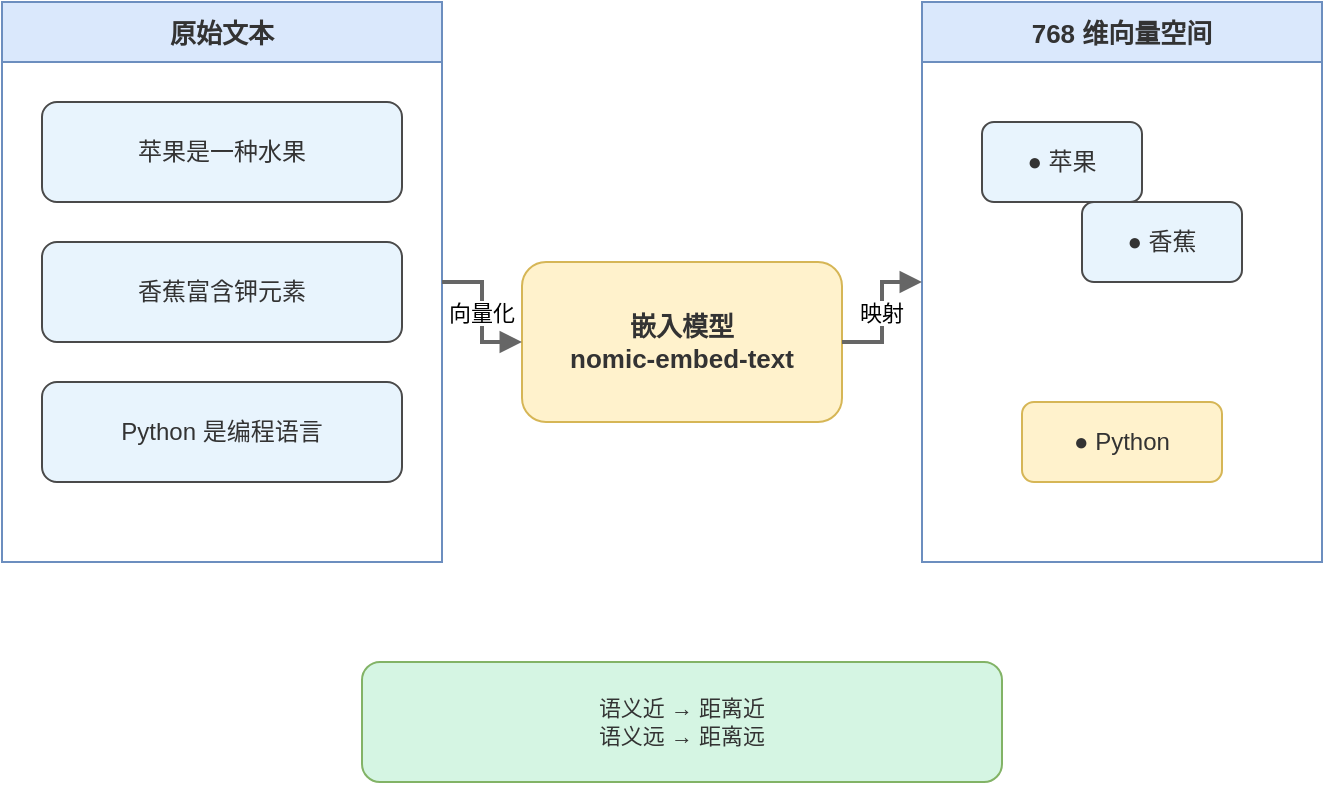
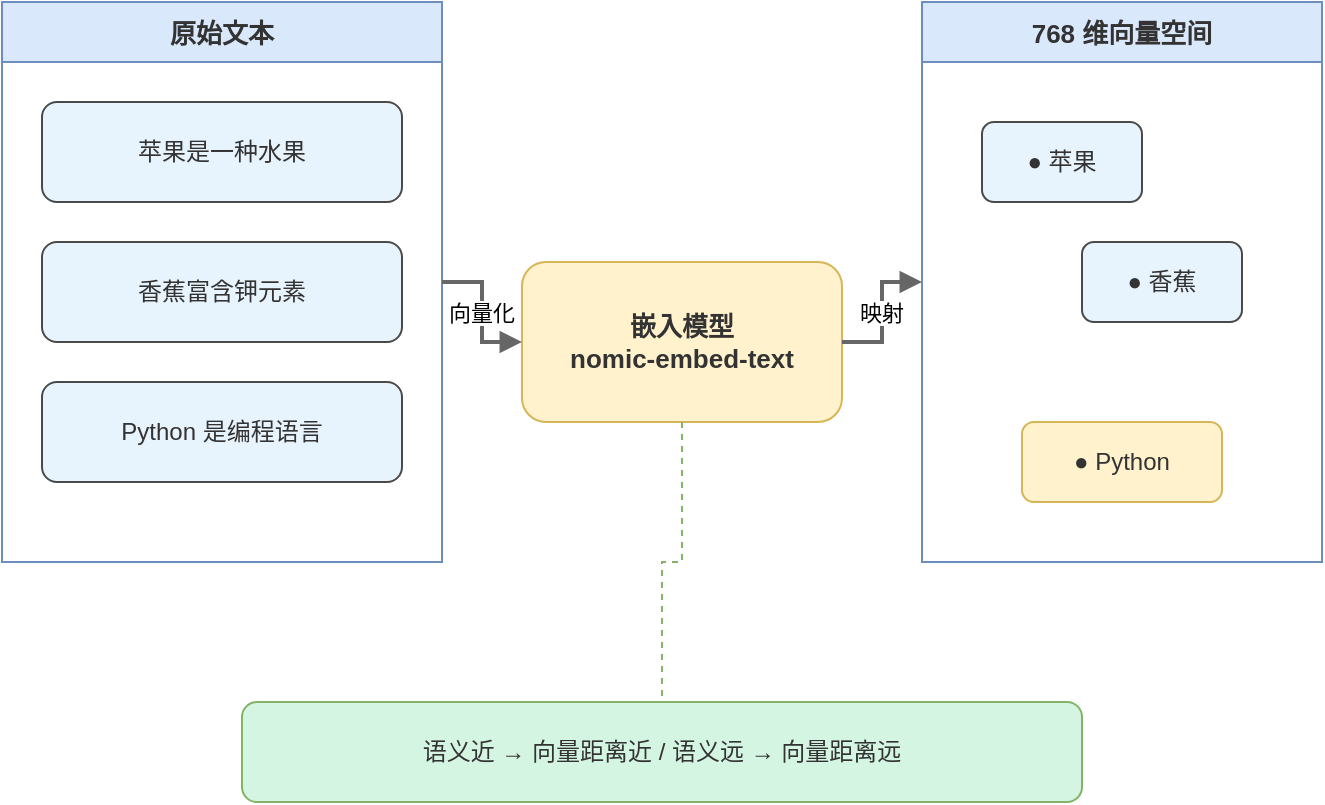
<?xml version="1.0" encoding="UTF-8"?>
<mxGraphModel pageWidth="720" pageHeight="500" grid="1" gridSize="10">
  <root>
    <mxCell id="0"/>
    <mxCell id="1" parent="0"/>
    <mxCell id="txt_layer" value="原始文本" style="swimlane;startSize=30;fillColor=#dae8fc;strokeColor=#6c8ebf;fontColor=#333333;fontSize=13;fontStyle=1;" vertex="1" parent="1">
      <mxGeometry x="40" y="30" width="220" height="280" as="geometry"/>
    </mxCell>
    <mxCell id="t1" value="苹果是一种水果" style="rounded=1;whiteSpace=wrap;fillColor=#E8F4FD;strokeColor=#4A4A4A;fontColor=#333333;fontSize=12;" vertex="1" parent="txt_layer">
      <mxGeometry x="20" y="50" width="180" height="50" as="geometry"/>
    </mxCell>
    <mxCell id="t2" value="香蕉富含钾元素" style="rounded=1;whiteSpace=wrap;fillColor=#E8F4FD;strokeColor=#4A4A4A;fontColor=#333333;fontSize=12;" vertex="1" parent="txt_layer">
      <mxGeometry x="20" y="120" width="180" height="50" as="geometry"/>
    </mxCell>
    <mxCell id="t3" value="Python 是编程语言" style="rounded=1;whiteSpace=wrap;fillColor=#E8F4FD;strokeColor=#4A4A4A;fontColor=#333333;fontSize=12;" vertex="1" parent="txt_layer">
      <mxGeometry x="20" y="190" width="180" height="50" as="geometry"/>
    </mxCell>
    <mxCell id="model" value="嵌入模型&#10;nomic-embed-text" style="rounded=1;whiteSpace=wrap;fillColor=#FFF2CC;strokeColor=#D6B656;fontColor=#333333;fontSize=13;fontStyle=1;" vertex="1" parent="1">
      <mxGeometry x="300" y="160" width="160" height="80" as="geometry"/>
    </mxCell>
    <mxCell id="space" value="768 维向量空间" style="swimlane;startSize=30;fillColor=#dae8fc;strokeColor=#6c8ebf;fontColor=#333333;fontSize=13;fontStyle=1;" vertex="1" parent="1">
      <mxGeometry x="500" y="30" width="200" height="280" as="geometry"/>
    </mxCell>
    <mxCell id="v1" value="● 苹果" style="rounded=1;whiteSpace=wrap;fillColor=#E8F4FD;strokeColor=#4A4A4A;fontColor=#333333;fontSize=12;" vertex="1" parent="space">
      <mxGeometry x="30" y="60" width="80" height="40" as="geometry"/>
    </mxCell>
    <mxCell id="v2" value="● 香蕉" style="rounded=1;whiteSpace=wrap;fillColor=#E8F4FD;strokeColor=#4A4A4A;fontColor=#333333;fontSize=12;" vertex="1" parent="space">
-       <mxGeometry x="80" y="100" width="80" height="40" as="geometry"/>
+       <mxGeometry x="80" y="120" width="80" height="40" as="geometry"/>
    </mxCell>
    <mxCell id="v3" value="● Python" style="rounded=1;whiteSpace=wrap;fillColor=#FFF2CC;strokeColor=#D6B656;fontColor=#333333;fontSize=12;" vertex="1" parent="space">
-       <mxGeometry x="50" y="200" width="100" height="40" as="geometry"/>
+       <mxGeometry x="50" y="210" width="100" height="40" as="geometry"/>
    </mxCell>
-     <mxCell id="note" value="语义近 → 距离近&#10;语义远 → 距离远" style="rounded=1;whiteSpace=wrap;fillColor=#D5F5E3;strokeColor=#82b366;fontColor=#333333;fontSize=11;" vertex="1" parent="1">
-       <mxGeometry x="220" y="360" width="320" height="60" as="geometry"/>
+     <mxCell id="note" value="语义近 → 向量距离近   /   语义远 → 向量距离远" style="rounded=1;whiteSpace=wrap;fillColor=#D5F5E3;strokeColor=#82b366;fontColor=#333333;fontSize=12;" vertex="1" parent="1">
+       <mxGeometry x="160" y="380" width="420" height="50" as="geometry"/>
    </mxCell>
    <mxCell id="e1" value="向量化" style="edgeStyle=orthogonalEdgeStyle;rounded=0;endArrow=block;endFill=1;strokeWidth=2;strokeColor=#666666;fontSize=11;exitX=1;exitY=0.5;entryX=0;entryY=0.5;" edge="1" parent="1" source="txt_layer" target="model">
      <mxGeometry relative="1" as="geometry"/>
    </mxCell>
    <mxCell id="e2" value="映射" style="edgeStyle=orthogonalEdgeStyle;rounded=0;endArrow=block;endFill=1;strokeWidth=2;strokeColor=#666666;fontSize=11;exitX=1;exitY=0.5;entryX=0;entryY=0.5;" edge="1" parent="1" source="model" target="space">
      <mxGeometry relative="1" as="geometry"/>
    </mxCell>
+     <mxCell id="e3" value="" style="edgeStyle=orthogonalEdgeStyle;rounded=0;endArrow=none;strokeWidth=1;strokeColor=#82b366;dashed=1;exitX=0.5;exitY=1;entryX=0.5;entryY=0;" edge="1" parent="1" source="model" target="note">
+       <mxGeometry relative="1" as="geometry"/>
+     </mxCell>
  </root>
</mxGraphModel>
